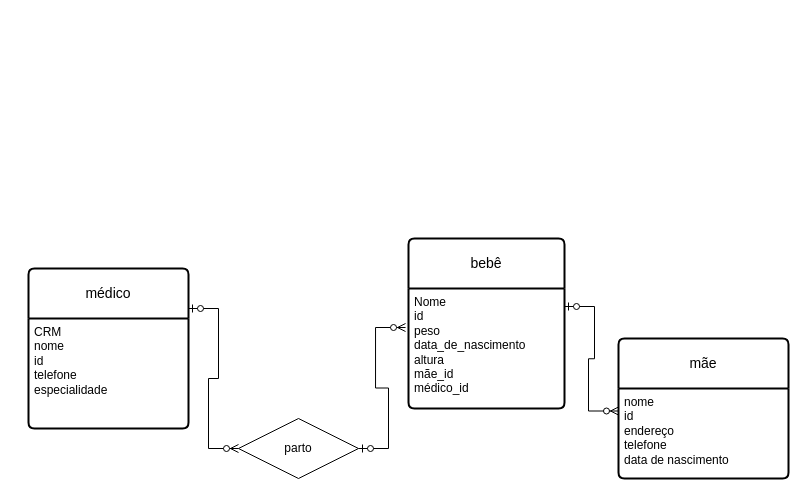
Above: bercário.drawio in biacapist1224/Diagramas (draw.io), before the change. Source tidied: cells renumbered, new cells numbered last; positions are measured from the earlier drawing's top-left corner, leaving out a move shared by most shapes. Both pictures are drawn from the tidied source at 100%, with x=0, y=0 at pixel (28, 238).
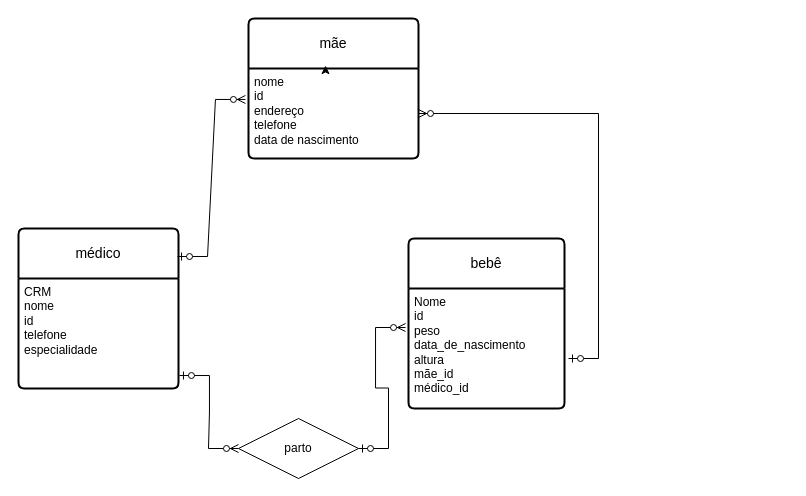
The same diagram, later.

The edit, as a diff of the source:
```diff
@@
 <mxGraphModel>
   <root>
     <mxCell id="0" />
     <mxCell id="1" parent="0" />
     <mxCell id="2" value="médico" style="swimlane;horizontal=1;startSize=50;rounded=1;fontSize=14;fontStyle=0;strokeWidth=2;shadow=0;dashed=0;align=center;arcSize=4;whiteSpace=wrap;html=1;" parent="1" vertex="1">
-      <mxGeometry y="30" width="160" height="160" as="geometry" />
+      <mxGeometry x="-10" y="-10" width="160" height="160" as="geometry" />
     </mxCell>
     <mxCell id="3" value="&lt;div&gt;CRM&lt;/div&gt;&lt;div&gt;nome&lt;/div&gt;&lt;div&gt;id&lt;br&gt;&lt;/div&gt;&lt;div&gt;telefone&lt;/div&gt;&lt;div&gt;especialidade&lt;br&gt;&lt;/div&gt;" style="align=left;strokeColor=none;fillColor=none;spacingLeft=4;fontSize=12;verticalAlign=top;html=1;" parent="2" vertex="1">
       <mxGeometry y="50" width="160" height="110" as="geometry" />
     </mxCell>
     <mxCell id="4" value="mãe" style="swimlane;horizontal=1;startSize=50;rounded=1;fontSize=14;fontStyle=0;strokeWidth=2;shadow=0;dashed=0;align=center;arcSize=4;whiteSpace=wrap;html=1;" parent="1" vertex="1">
-      <mxGeometry x="590" y="100" width="170" height="140" as="geometry" />
+      <mxGeometry x="220" y="-220" width="170" height="140" as="geometry" />
     </mxCell>
     <mxCell id="5" value="&lt;div&gt;nome &lt;br&gt;&lt;/div&gt;&lt;div&gt;id&lt;br&gt;&lt;/div&gt;&lt;div&gt;endereço&lt;/div&gt;&lt;div&gt;telefone &lt;br&gt;&lt;/div&gt;&lt;div&gt;data de nascimento&lt;br&gt;&lt;/div&gt;" style="align=left;strokeColor=none;fillColor=none;spacingLeft=4;fontSize=12;verticalAlign=top;html=1;" parent="4" vertex="1">
       <mxGeometry y="50" width="170" height="90" as="geometry" />
     </mxCell>
+    <mxCell id="12" style="edgeStyle=orthogonalEdgeStyle;rounded=0;orthogonalLoop=1;jettySize=auto;html=1;exitX=0.5;exitY=0;exitDx=0;exitDy=0;entryX=0.453;entryY=-0.033;entryDx=0;entryDy=0;entryPerimeter=0;" parent="4" edge="1" source="5" target="5">
+      <mxGeometry relative="1" as="geometry" />
+    </mxCell>
     <mxCell id="6" value="bebê" style="swimlane;horizontal=1;startSize=50;rounded=1;fontSize=14;fontStyle=0;strokeWidth=2;shadow=0;dashed=0;align=center;arcSize=4;whiteSpace=wrap;html=1;" parent="1" vertex="1">
       <mxGeometry x="380" width="156" height="170" as="geometry" />
     </mxCell>
     <mxCell id="7" value="&lt;div&gt;Nome&lt;/div&gt;&lt;div&gt;id&lt;br&gt;&lt;/div&gt;&lt;div&gt;peso&lt;/div&gt;&lt;div&gt;data_de_nascimento&lt;/div&gt;&lt;div&gt;altura&lt;/div&gt;&lt;div&gt;mãe_id&lt;/div&gt;&lt;div&gt;médico_id&lt;br&gt;&lt;/div&gt;&lt;div&gt;&lt;br&gt;&lt;/div&gt;" style="align=left;strokeColor=none;fillColor=none;spacingLeft=4;fontSize=12;verticalAlign=top;html=1;" parent="6" vertex="1">
       <mxGeometry y="50" width="156" height="120" as="geometry" />
     </mxCell>
-    <mxCell id="8" style="edgeStyle=entityRelationEdgeStyle;fontSize=12;html=1;endArrow=ERzeroToMany;startArrow=ERzeroToOne;rounded=0;exitX=1;exitY=0.25;exitDx=0;exitDy=0;entryX=0;entryY=0.5;entryDx=0;entryDy=0;" parent="1" edge="1" source="2" target="9">
+    <mxCell id="8" style="edgeStyle=entityRelationEdgeStyle;fontSize=12;html=1;endArrow=ERzeroToMany;startArrow=ERzeroToOne;rounded=0;exitX=1.006;exitY=0.882;exitDx=0;exitDy=0;entryX=0;entryY=0.5;entryDx=0;entryDy=0;exitPerimeter=0;" parent="1" edge="1" source="3" target="9">
       <mxGeometry relative="1" as="geometry" />
     </mxCell>
     <mxCell id="9" value="parto" style="shape=rhombus;perimeter=rhombusPerimeter;whiteSpace=wrap;html=1;align=center;" parent="1" vertex="1">
       <mxGeometry x="210" y="180" width="120" height="60" as="geometry" />
     </mxCell>
     <mxCell id="10" style="edgeStyle=entityRelationEdgeStyle;fontSize=12;html=1;endArrow=ERzeroToMany;startArrow=ERzeroToOne;rounded=0;exitX=1;exitY=0.5;exitDx=0;exitDy=0;entryX=-0.019;entryY=0.325;entryDx=0;entryDy=0;entryPerimeter=0;" parent="1" edge="1" source="9" target="7">
       <mxGeometry relative="1" as="geometry" />
     </mxCell>
-    <mxCell id="11" style="edgeStyle=entityRelationEdgeStyle;fontSize=12;html=1;endArrow=ERzeroToMany;startArrow=ERzeroToOne;rounded=0;entryX=0;entryY=0.25;entryDx=0;entryDy=0;exitX=1;exitY=0.15;exitDx=0;exitDy=0;exitPerimeter=0;" parent="1" edge="1" source="7" target="5">
-      <mxGeometry relative="1" as="geometry" />
+    <mxCell id="11" style="edgeStyle=entityRelationEdgeStyle;fontSize=12;html=1;endArrow=ERzeroToMany;startArrow=ERzeroToOne;rounded=0;" parent="1" edge="1" target="5">
+      <mxGeometry relative="1" as="geometry">
+        <mxPoint x="540" y="120" as="sourcePoint" />
+        <Array as="points">
+          <mxPoint x="508" y="-30" />
+        </Array>
+      </mxGeometry>
     </mxCell>
+    <mxCell id="13" style="edgeStyle=entityRelationEdgeStyle;fontSize=12;html=1;endArrow=ERzeroToMany;startArrow=ERzeroToOne;rounded=0;entryX=-0.018;entryY=0.344;entryDx=0;entryDy=0;entryPerimeter=0;exitX=0.994;exitY=0.175;exitDx=0;exitDy=0;exitPerimeter=0;" parent="1" edge="1" source="2" target="5">
+      <mxGeometry relative="1" as="geometry" />
+    </mxCell>
   </root>
 </mxGraphModel>
```
